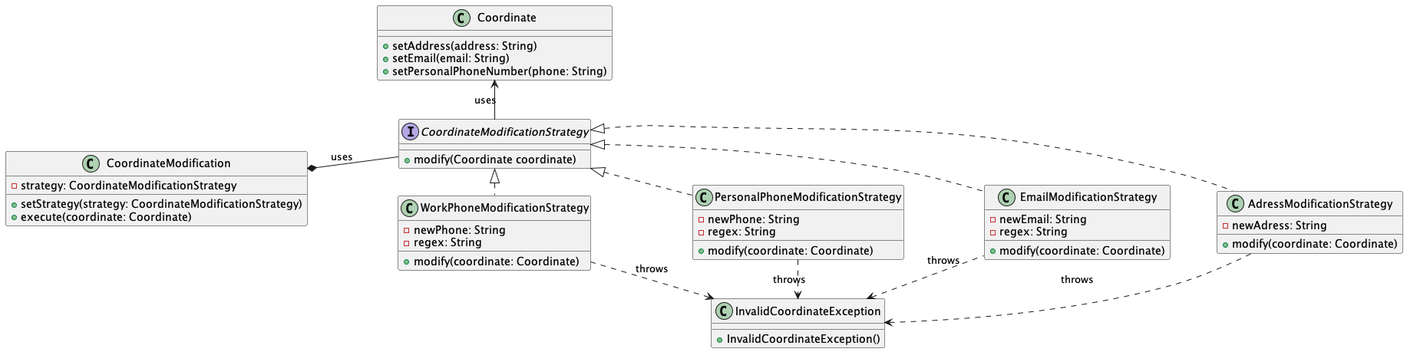
This is plantUml-partie2/strategy-class.png from KevenJAntenor/Quebec-Centralized-Medical-Record-System, a PlantUML export, as it was before one commit.
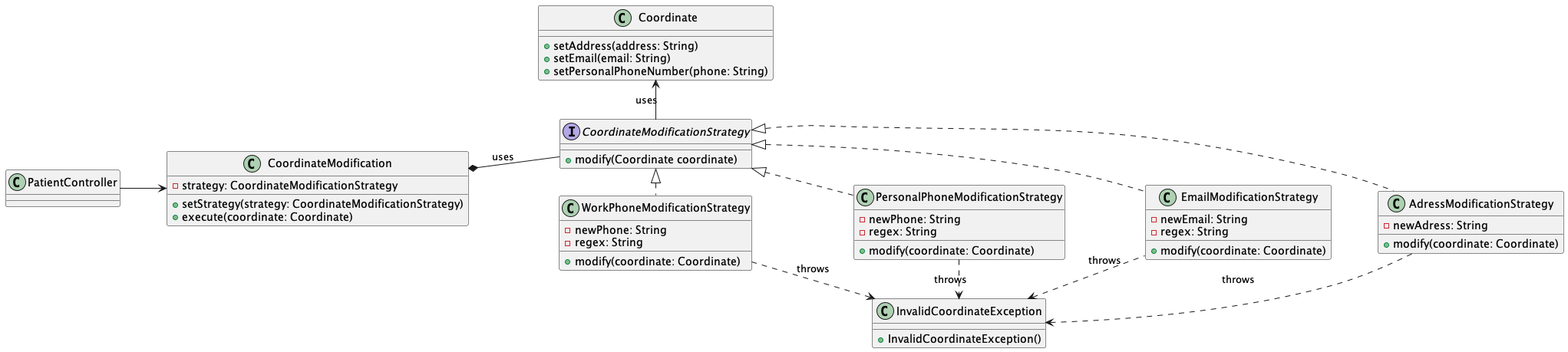
Later version of the same file.

Diff of the diagram source:
```diff
@@ -60,5 +60,6 @@
 EmailModificationStrategy -d[hidden]-> AdressModificationStrategy
 
 CoordinateModificationStrategy -l-> Coordinate: uses
+PatientController --> CoordinateModification
 CoordinateModification *-d- CoordinateModificationStrategy: uses
 @enduml
```
